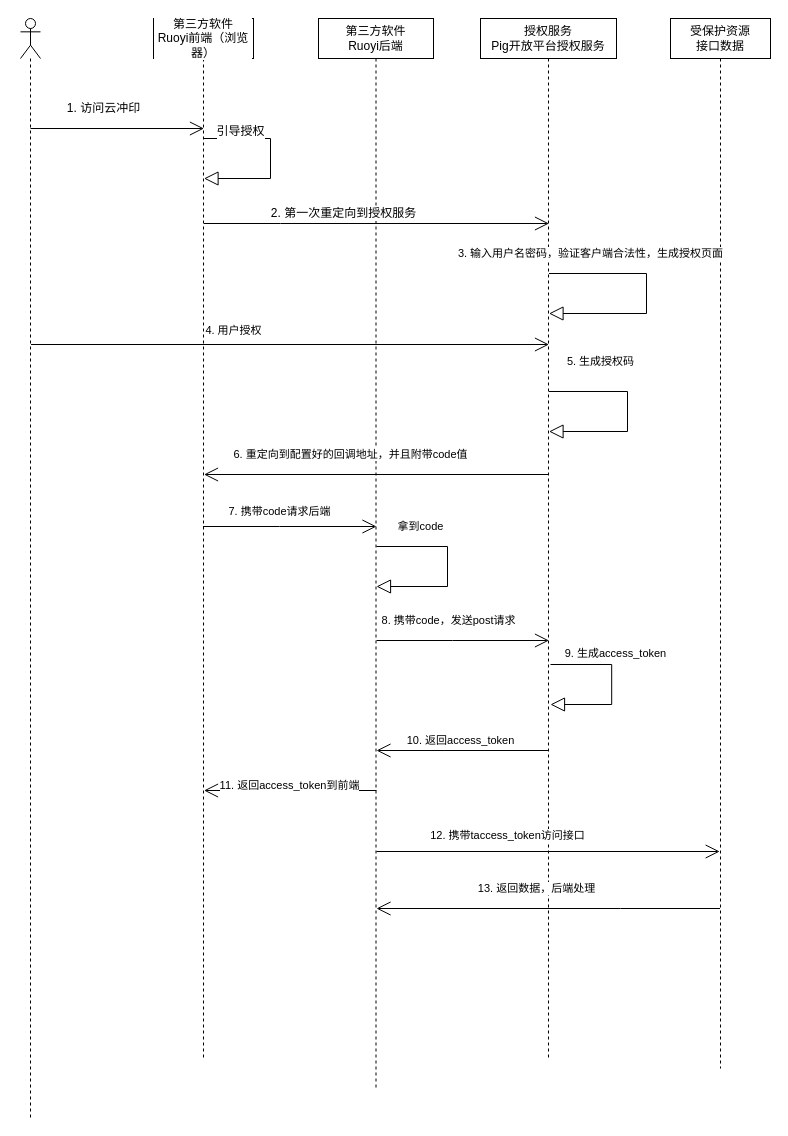
ChenSino/ChenSino.github.io keeps this draw.io diagram as docs/java/framework/security/oauth.drawio. Above is the earlier version. Source tidied: cells renumbered, new cells numbered last; positions are measured from the earlier drawing's top-left corner, leaving out a move shared by most shapes. Both pictures are drawn from the tidied source at 100%, with x=0, y=0 at pixel (20, 18).
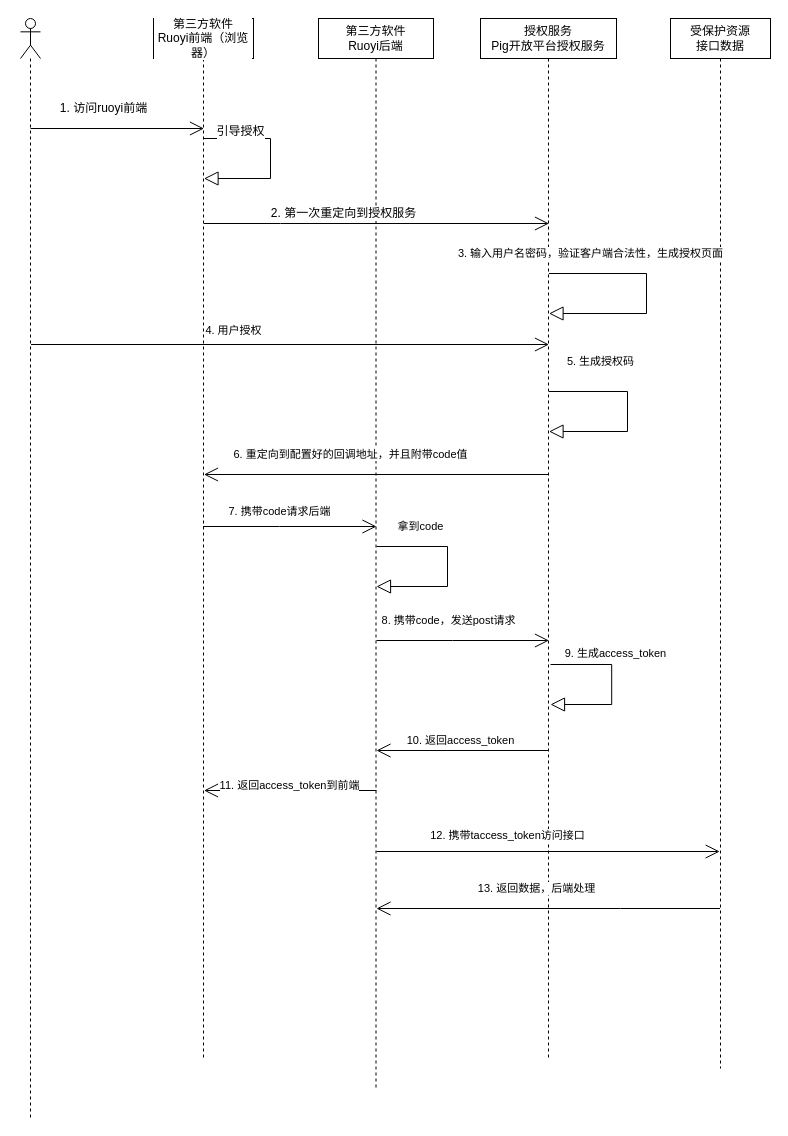
Above is the later version.

Commit message (it also covers changes not shown here):
feat(oauth):add sso vs oauth

The edit, as a diff of the source:
```diff
@@
-    <mxCell id="11" value="1. 访问云冲印" style="text;html=1;align=center;verticalAlign=middle;strokeColor=none;fillColor=none;labelBackgroundColor=default;labelBorderColor=none;" parent="1" vertex="1">
-      <mxGeometry x="38" y="80" width="90" height="20" as="geometry" />
+    <mxCell id="11" value="1. 访问ruoyi前端" style="text;html=1;align=center;verticalAlign=middle;strokeColor=none;fillColor=none;labelBackgroundColor=default;labelBorderColor=none;" parent="1" vertex="1">
+      <mxGeometry x="28" y="75" width="110" height="30" as="geometry" />
     </mxCell>
```
